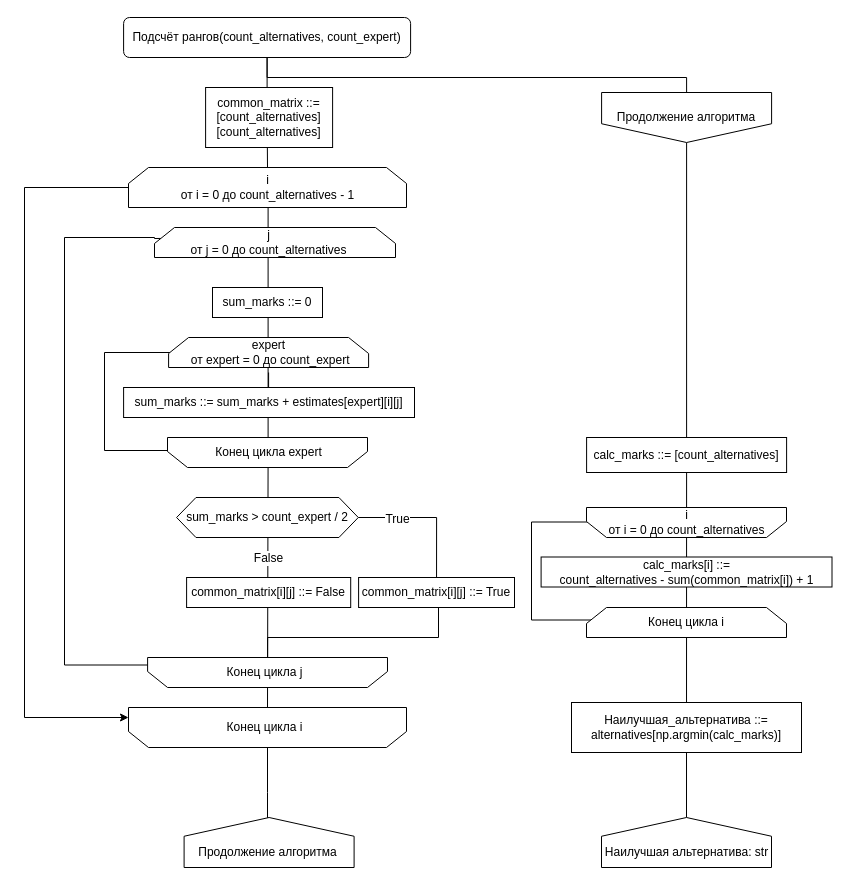
This is page "Подсчёт рангов" (11 of 11) of 3_курс/5_семестр/ТСиСА/Курсовая/диаграммы.drawio from Luzinsan/tusur, a draw.io file, before an edit. Source tidied: cells renumbered, new cells numbered last; positions are measured from the earlier drawing's top-left corner, leaving out a move shared by most shapes. Both pictures are drawn from the tidied source at 100%, with x=0, y=0 at pixel (24, 17).
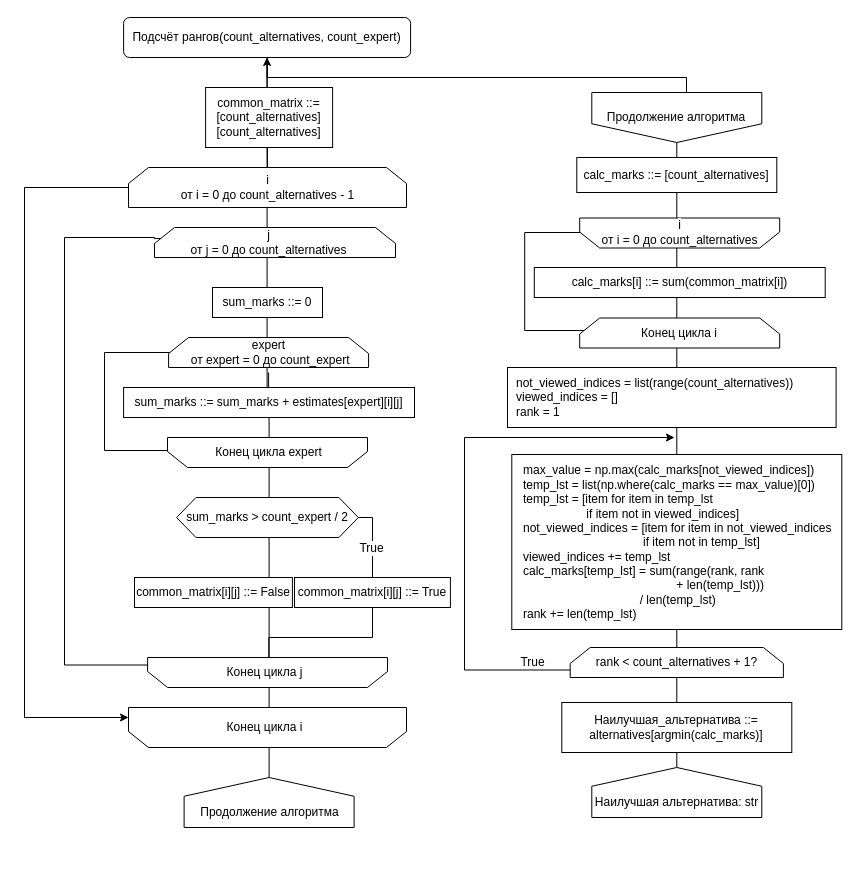
Above is the later version.

Unchanged cells that the change refers to:
```xml
<mxCell id="8" value="Подсчёт рангов(count_alternatives,&amp;nbsp;&lt;span style=&quot;background-color: rgb(255, 255, 255);&quot;&gt;count_expert&lt;/span&gt;)" style="rounded=1;whiteSpace=wrap;html=1;" parent="1" vertex="1">
  <mxGeometry x="99.1" width="287" height="40" as="geometry" />
</mxCell>
<mxCell id="13" style="shape=loopLimit;whiteSpace=wrap;html=1;labelBackgroundColor=none;fontSize=12;rotation=-180;size=20;" parent="1" vertex="1">
  <mxGeometry x="123.1" y="640" width="239.9" height="30" as="geometry" />
</mxCell>
<mxCell id="14" value="&lt;span style=&quot;background-color: rgb(255, 255, 255);&quot;&gt;i&lt;br&gt;от i = 0 до count_alternatives - 1&lt;/span&gt;" style="text;html=1;align=center;verticalAlign=middle;points=[];strokeColor=none;fillColor=none;fontSize=12;" parent="1" vertex="1">
  <mxGeometry x="143" y="150" width="200" height="40" as="geometry" />
</mxCell>
<mxCell id="20" style="shape=loopLimit;whiteSpace=wrap;html=1;labelBackgroundColor=none;fontSize=12;rotation=-180;" parent="1" vertex="1">
  <mxGeometry x="104" y="690" width="278" height="40" as="geometry" />
</mxCell>
<mxCell id="26" value="sum_marks &amp;gt; count_expert / 2" style="shape=hexagon;perimeter=hexagonPerimeter2;whiteSpace=wrap;html=1;fixedSize=1;labelBackgroundColor=none;fontSize=12;size=19.379999999999995;" parent="1" vertex="1">
  <mxGeometry x="152.1" y="480" width="181.7" height="40" as="geometry" />
</mxCell>
<mxCell id="44" value="&lt;span style=&quot;background-color: rgb(255, 255, 255);&quot;&gt;Конец цикла j&lt;/span&gt;" style="text;html=1;align=center;verticalAlign=middle;points=[];strokeColor=none;fillColor=none;fontSize=12;" parent="1" vertex="1">
  <mxGeometry x="190" y="640" width="100" height="30" as="geometry" />
</mxCell>
```

What changed in the source:
```diff
@@
-    <mxCell id="2" style="edgeStyle=orthogonalEdgeStyle;rounded=0;jettySize=auto;html=1;entryX=0.5;entryY=1;entryDx=0;entryDy=0;fontSize=12;endArrow=none;endFill=0;startArrow=none;exitX=0.503;exitY=1.004;exitDx=0;exitDy=0;exitPerimeter=0;" parent="1" edge="1" source="14" target="20">
-      <mxGeometry relative="1" as="geometry" />
-    </mxCell>
-    <mxCell id="3" value="False" style="edgeLabel;html=1;align=center;verticalAlign=middle;fontSize=12;" parent="2" vertex="1">
-      <mxGeometry x="0.36" y="1" relative="1" as="geometry">
-        <mxPoint x="-1" y="11" as="offset" />
-      </mxGeometry>
-    </mxCell>
-    <mxCell id="4" style="edgeStyle=orthogonalEdgeStyle;rounded=0;jettySize=auto;html=1;entryX=0.5;entryY=0;entryDx=0;entryDy=0;fontSize=12;endArrow=none;endFill=0;" parent="1" edge="1" source="22" target="13">
+    <mxCell id="4" style="edgeStyle=orthogonalEdgeStyle;rounded=0;jettySize=auto;html=1;entryX=0.543;entryY=0.021;entryDx=0;entryDy=0;fontSize=12;endArrow=none;endFill=0;entryPerimeter=0;strokeWidth=1;" parent="1" edge="1" source="22" target="44">
       <mxGeometry relative="1" as="geometry">
         <Array as="points">
-          <mxPoint x="414" y="620" />
-          <mxPoint x="243" y="620" />
+          <mxPoint x="348" y="620" />
+          <mxPoint x="244" y="620" />
+          <mxPoint x="244" y="641" />
         </Array>
       </mxGeometry>
     </mxCell>
-    <mxCell id="5" style="edgeStyle=orthogonalEdgeStyle;rounded=0;jettySize=auto;html=1;entryX=0.5;entryY=0;entryDx=0;entryDy=0;fontSize=12;endArrow=none;endFill=0;" parent="1" edge="1" source="20">
-      <mxGeometry relative="1" as="geometry">
-        <mxPoint x="243" y="820" as="targetPoint" />
-      </mxGeometry>
-    </mxCell>
@@
+    <mxCell id="46" style="edgeStyle=orthogonalEdgeStyle;rounded=0;jettySize=auto;html=1;entryX=0.5;entryY=1;entryDx=0;entryDy=0;startArrow=classic;startFill=1;endArrow=none;endFill=0;" parent="1" edge="1" source="8" target="29">
+      <mxGeometry relative="1" as="geometry" />
+    </mxCell>
@@
     <mxCell id="22" value="common_matrix[i][j] ::= True" style="whiteSpace=wrap;html=1;labelBackgroundColor=none;fontSize=12;" parent="1" vertex="1">
-      <mxGeometry x="334.1" y="560" width="155.9" height="30" as="geometry" />
+      <mxGeometry x="270" y="560" width="155.9" height="30" as="geometry" />
     </mxCell>
@@
     <mxCell id="24" style="edgeStyle=orthogonalEdgeStyle;rounded=0;jettySize=auto;html=1;exitX=1;exitY=0.5;exitDx=0;exitDy=0;entryX=0.5;entryY=0;entryDx=0;entryDy=0;fontSize=12;endArrow=none;endFill=0;" parent="1" edge="1" source="26" target="22">
-      <mxGeometry relative="1" as="geometry" />
+      <mxGeometry relative="1" as="geometry">
+        <Array as="points">
+          <mxPoint x="348" y="500" />
+          <mxPoint x="348" y="540" />
+          <mxPoint x="348" y="540" />
+        </Array>
+      </mxGeometry>
     </mxCell>
     <mxCell id="25" value="True" style="edgeLabel;html=1;align=center;verticalAlign=middle;fontSize=12;" parent="24" vertex="1">
-      <mxGeometry x="-0.43" y="-1" relative="1" as="geometry" />
+      <mxGeometry x="-0.43" y="-1" relative="1" as="geometry">
+        <mxPoint x="-1" y="24" as="offset" />
+      </mxGeometry>
     </mxCell>
@@
     <mxCell id="27" value="common_matrix[i][j] ::= False" style="whiteSpace=wrap;html=1;labelBackgroundColor=none;fontSize=12;" parent="1" vertex="1">
-      <mxGeometry x="162.1" y="560" width="164.1" height="30" as="geometry" />
+      <mxGeometry x="110" y="560" width="157.9" height="30" as="geometry" />
     </mxCell>
@@
     <mxCell id="29" style="shape=offPageConnector;whiteSpace=wrap;html=1;labelBackgroundColor=none;fontSize=12;rotation=-180;" parent="1" vertex="1">
-      <mxGeometry x="159.6" y="800" width="170" height="50" as="geometry" />
+      <mxGeometry x="159.6" y="760" width="170" height="50" as="geometry" />
     </mxCell>
@@
     <mxCell id="32" value="&lt;span style=&quot;&quot;&gt;Продолжение алгоритма&lt;/span&gt;" style="shape=offPageConnector;whiteSpace=wrap;html=1;labelBackgroundColor=none;fontSize=12;" parent="1" vertex="1">
-      <mxGeometry x="577.1" y="75" width="170" height="50" as="geometry" />
+      <mxGeometry x="567.3" y="75" width="170" height="50" as="geometry" />
     </mxCell>
     <mxCell id="33" style="shape=offPageConnector;whiteSpace=wrap;html=1;labelBackgroundColor=none;fontSize=12;rotation=-180;" parent="1" vertex="1">
-      <mxGeometry x="577" y="800" width="170" height="50" as="geometry" />
+      <mxGeometry x="567.3" y="750" width="170" height="50" as="geometry" />
     </mxCell>
     <mxCell id="34" value="calc_marks ::= [count_alternatives]" style="whiteSpace=wrap;html=1;labelBackgroundColor=none;fontSize=12;" parent="1" vertex="1">
-      <mxGeometry x="562.1" y="420" width="200" height="35" as="geometry" />
+      <mxGeometry x="552.3" y="140" width="200" height="35" as="geometry" />
     </mxCell>
     <mxCell id="35" style="edgeStyle=orthogonalEdgeStyle;rounded=0;jettySize=auto;html=1;entryX=0;entryY=0.75;entryDx=0;entryDy=0;fontSize=12;endArrow=classic;endFill=1;" parent="1" edge="1" source="37" target="39">
       <mxGeometry relative="1" as="geometry">
         <Array as="points">
-          <mxPoint x="507" y="504.5" />
-          <mxPoint x="507" y="602.5" />
-          <mxPoint x="570" y="602.5" />
+          <mxPoint x="500.2" y="215" />
+          <mxPoint x="500.2" y="313" />
+          <mxPoint x="563.2" y="313" />
         </Array>
       </mxGeometry>
     </mxCell>
     <mxCell id="36" style="shape=loopLimit;whiteSpace=wrap;html=1;labelBackgroundColor=none;fontSize=12;rotation=-180;" parent="1" vertex="1">
-      <mxGeometry x="562" y="490" width="200" height="30" as="geometry" />
+      <mxGeometry x="555.2" y="200.5" width="200" height="30" as="geometry" />
     </mxCell>
     <mxCell id="37" value="&lt;span style=&quot;background-color: rgb(255, 255, 255);&quot;&gt;i&lt;br&gt;от i = 0 до count_alternatives&lt;/span&gt;" style="text;html=1;align=center;verticalAlign=middle;points=[];strokeColor=none;fillColor=none;fontSize=12;" parent="1" vertex="1">
-      <mxGeometry x="572" y="484.5" width="180" height="40" as="geometry" />
+      <mxGeometry x="565.2" y="195" width="180" height="40" as="geometry" />
     </mxCell>
-    <mxCell id="38" value="calc_marks[i] ::= &lt;br&gt;count_alternatives - sum(common_matrix[i]) + 1" style="whiteSpace=wrap;html=1;labelBackgroundColor=none;fontSize=12;" parent="1" vertex="1">
-      <mxGeometry x="516.6" y="539.5" width="290.9" height="30" as="geometry" />
+    <mxCell id="38" value="calc_marks[i] ::= sum(common_matrix[i])" style="whiteSpace=wrap;html=1;labelBackgroundColor=none;fontSize=12;" parent="1" vertex="1">
+      <mxGeometry x="509.8" y="250" width="290.9" height="30" as="geometry" />
     </mxCell>
     <mxCell id="39" value="Конец цикла i" style="shape=loopLimit;whiteSpace=wrap;html=1;labelBackgroundColor=none;fontSize=12;rotation=0;size=20;" parent="1" vertex="1">
-      <mxGeometry x="562" y="590" width="200" height="30" as="geometry" />
+      <mxGeometry x="555.2" y="300.5" width="200" height="30" as="geometry" />
     </mxCell>
-    <mxCell id="40" value="Наилучшая_альтернатива ::= alternatives[np.argmin(calc_marks)]" style="whiteSpace=wrap;html=1;labelBackgroundColor=none;fontSize=12;" parent="1" vertex="1">
-      <mxGeometry x="547" y="685" width="230" height="50" as="geometry" />
+    <mxCell id="40" value="Наилучшая_альтернатива ::= alternatives[argmin(calc_marks)]" style="whiteSpace=wrap;html=1;labelBackgroundColor=none;fontSize=12;" parent="1" vertex="1">
+      <mxGeometry x="537.3" y="685" width="230" height="50" as="geometry" />
     </mxCell>
     <mxCell id="41" value="&lt;span style=&quot;&quot;&gt;Наилучшая альтернатива: str&lt;/span&gt;" style="text;html=1;align=center;verticalAlign=middle;strokeColor=none;fillColor=none;fontSize=12;" parent="1" vertex="1">
-      <mxGeometry x="567.1" y="820" width="190" height="30" as="geometry" />
+      <mxGeometry x="557.3" y="770" width="190" height="30" as="geometry" />
     </mxCell>
-    <mxCell id="42" value="Продолжение алгоритма" style="text;html=1;align=center;verticalAlign=middle;strokeColor=none;fillColor=none;fontSize=12;" parent="1" vertex="1">
-      <mxGeometry x="163" y="820" width="160" height="30" as="geometry" />
-    </mxCell>
@@
+    <mxCell id="47" value="&lt;div&gt;not_viewed_indices = list(range(count_alternatives))&lt;/div&gt;&lt;div&gt;viewed_indices = []&lt;/div&gt;&lt;div&gt;&lt;span style=&quot;background-color: initial;&quot;&gt;rank = 1&lt;/span&gt;&lt;/div&gt;" style="whiteSpace=wrap;html=1;align=left;spacingLeft=7;" parent="1" vertex="1">
+      <mxGeometry x="483" y="350" width="328.6" height="60" as="geometry" />
+    </mxCell>
+    <mxCell id="48" style="edgeStyle=orthogonalEdgeStyle;rounded=0;jettySize=auto;html=1;entryX=0;entryY=0.75;entryDx=0;entryDy=0;fontSize=12;endArrow=none;endFill=0;startArrow=classic;startFill=1;" parent="1" edge="1" target="50">
+      <mxGeometry relative="1" as="geometry">
+        <mxPoint x="650" y="420" as="sourcePoint" />
+        <Array as="points">
+          <mxPoint x="650" y="420" />
+          <mxPoint x="440" y="420" />
+          <mxPoint x="440" y="653" />
+          <mxPoint x="546" y="653" />
+        </Array>
+      </mxGeometry>
+    </mxCell>
+    <mxCell id="49" value="&lt;div&gt;m&lt;span style=&quot;background-color: initial;&quot;&gt;ax_value = np.max(calc_marks[not_viewed_indices])&lt;/span&gt;&lt;/div&gt;&lt;div&gt;temp_lst = list(np.where(calc_marks == max_value)[0])&lt;/div&gt;&lt;div&gt;temp_lst = [item for item in temp_lst&amp;nbsp;&lt;/div&gt;&lt;div&gt;&lt;span style=&quot;white-space: pre;&quot;&gt;&#9;&lt;/span&gt;&lt;span style=&quot;white-space: pre;&quot;&gt;&#9;&lt;/span&gt;&amp;nbsp; &amp;nbsp;if item not in viewed_indices]&lt;/div&gt;&lt;div&gt;not_viewed_indices = [item for item in not_viewed_indices&amp;nbsp;&lt;/div&gt;&lt;div&gt;&lt;span style=&quot;white-space: pre;&quot;&gt;&#9;&lt;/span&gt;&lt;span style=&quot;white-space: pre;&quot;&gt;&#9;&lt;/span&gt;&lt;span style=&quot;white-space: pre;&quot;&gt;&#9;&lt;/span&gt;&lt;span style=&quot;white-space: pre;&quot;&gt;&#9;&lt;/span&gt;&amp;nbsp; &amp;nbsp; if item not in temp_lst]&lt;/div&gt;&lt;div&gt;viewed_indices += temp_lst&lt;/div&gt;&lt;div&gt;calc_marks[temp_lst] = sum(range(rank, rank&amp;nbsp;&lt;/div&gt;&lt;div&gt;&lt;span style=&quot;white-space: pre;&quot;&gt;&#9;&lt;/span&gt;&lt;span style=&quot;white-space: pre;&quot;&gt;&#9;&lt;/span&gt;&lt;span style=&quot;white-space: pre;&quot;&gt;&#9;&lt;/span&gt;&lt;span style=&quot;white-space: pre;&quot;&gt;&#9;&lt;/span&gt;&lt;span style=&quot;white-space: pre;&quot;&gt;&#9;&lt;/span&gt;&amp;nbsp; &amp;nbsp; &amp;nbsp; + len(temp_lst)))&amp;nbsp;&lt;/div&gt;&lt;div&gt;&lt;span style=&quot;white-space: pre;&quot;&gt;&#9;&lt;/span&gt;&lt;span style=&quot;white-space: pre;&quot;&gt;&#9;&lt;/span&gt;&lt;span style=&quot;white-space: pre;&quot;&gt;&#9;&lt;/span&gt;&lt;span style=&quot;white-space: pre;&quot;&gt;&#9;&lt;/span&gt;&amp;nbsp; &amp;nbsp;/ len(temp_lst)&lt;/div&gt;&lt;div&gt;rank += len(temp_lst)&lt;/div&gt;" style="whiteSpace=wrap;html=1;labelBackgroundColor=none;fontSize=12;align=left;spacingLeft=10;" parent="1" vertex="1">
+      <mxGeometry x="487.3" y="437" width="330" height="175" as="geometry" />
+    </mxCell>
+    <mxCell id="50" value="rank &amp;lt; count_alternatives + 1?" style="shape=loopLimit;whiteSpace=wrap;html=1;labelBackgroundColor=none;fontSize=12;rotation=0;size=20;" parent="1" vertex="1">
+      <mxGeometry x="545.7" y="630" width="213.2" height="30" as="geometry" />
+    </mxCell>
+    <mxCell id="51" value="True" style="text;html=1;align=center;verticalAlign=middle;strokeColor=none;fillColor=none;" parent="1" vertex="1">
+      <mxGeometry x="483" y="630" width="50" height="30" as="geometry" />
+    </mxCell>
+    <mxCell id="42" value="Продолжение алгоритма" style="text;html=1;align=center;verticalAlign=middle;strokeColor=none;fillColor=none;fontSize=12;" parent="1" vertex="1">
+      <mxGeometry x="164.6" y="780" width="160" height="30" as="geometry" />
+    </mxCell>
```
